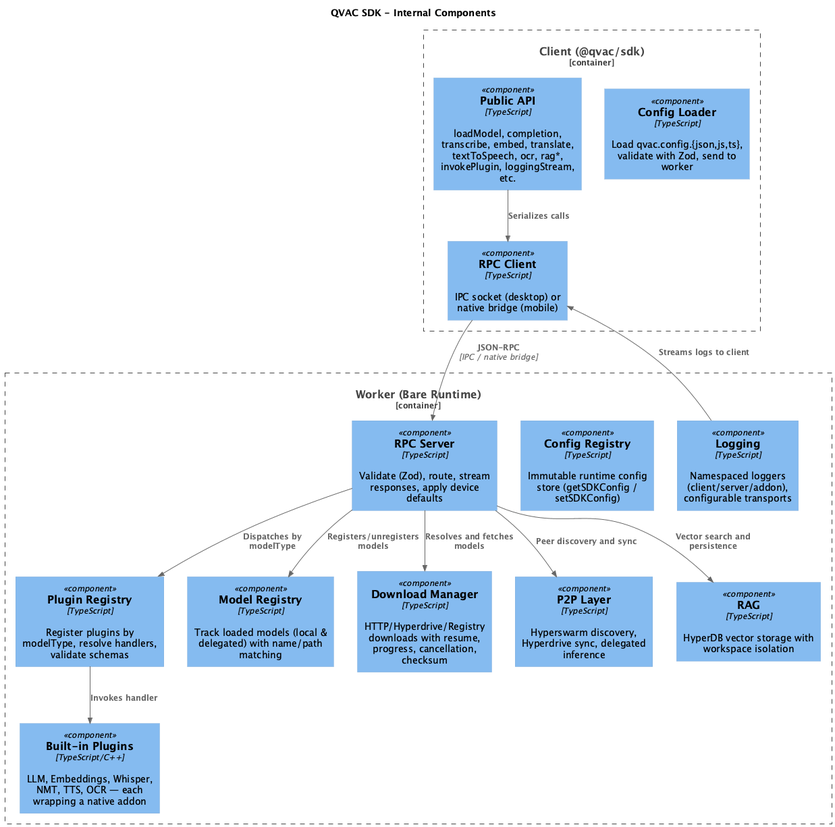
Above: docs/architecture/puml/images/03-component-overview.png in Zbig9000/qvac (PlantUML), before the change. Its diagram source:
```plantuml
@startuml
!include <C4/C4_Component>

title QVAC SDK - Internal Components

Container_Boundary(client_side, "Client (@qvac/sdk)") {
    Component(api, "Public API", "TypeScript", "loadModel, completion, transcribe, embed, translate, textToSpeech, ocr, rag*, invokePlugin, loggingStream, etc.")
    Component(rpc_client, "RPC Client", "TypeScript", "IPC socket (desktop) or native bridge (mobile)")
    Component(config, "Config Loader", "TypeScript", "Load qvac.config.{json,js,ts}, validate with Zod, send to worker")
}

Container_Boundary(worker_side, "Worker (Bare Runtime)") {
    Component(rpc_server, "RPC Server", "TypeScript", "Validate (Zod), route, stream responses, apply device defaults")
    Component(plugin_registry, "Plugin Registry", "TypeScript", "Register plugins by modelType, resolve handlers, validate schemas")
    Component(model_registry, "Model Registry", "TypeScript", "Track loaded models (local & delegated) with name/path matching")
    Component(config_registry, "Config Registry", "TypeScript", "Immutable runtime config store (getSDKConfig / setSDKConfig)")
    Component(download, "Download Manager", "TypeScript", "HTTP/Hyperdrive/Registry downloads with resume, progress, cancellation, checksum")
    Component(p2p, "P2P Layer", "TypeScript", "Hyperswarm discovery, Hyperdrive sync, delegated inference")
    Component(rag, "RAG", "TypeScript", "HyperDB vector storage with workspace isolation")
    Component(plugins, "Built-in Plugins", "TypeScript/C++", "LLM, Embeddings, Whisper, NMT, TTS, OCR — each wrapping a native addon")
    Component(logging, "Logging", "TypeScript", "Namespaced loggers (client/server/addon), configurable transports")
}

Rel_D(api, rpc_client, "Serializes calls")
Rel_D(rpc_client, rpc_server, "JSON-RPC", "IPC / native bridge")
Rel_D(rpc_server, plugin_registry, "Dispatches by modelType")
Rel_D(plugin_registry, plugins, "Invokes handler")
Rel_D(rpc_server, model_registry, "Registers/unregisters models")
Rel_D(rpc_server, download, "Resolves and fetches models")
Rel_D(rpc_server, p2p, "Peer discovery and sync")
Rel_D(rpc_server, rag, "Vector search and persistence")
Rel_U(logging, rpc_client, "Streams logs to client")

@enduml
```
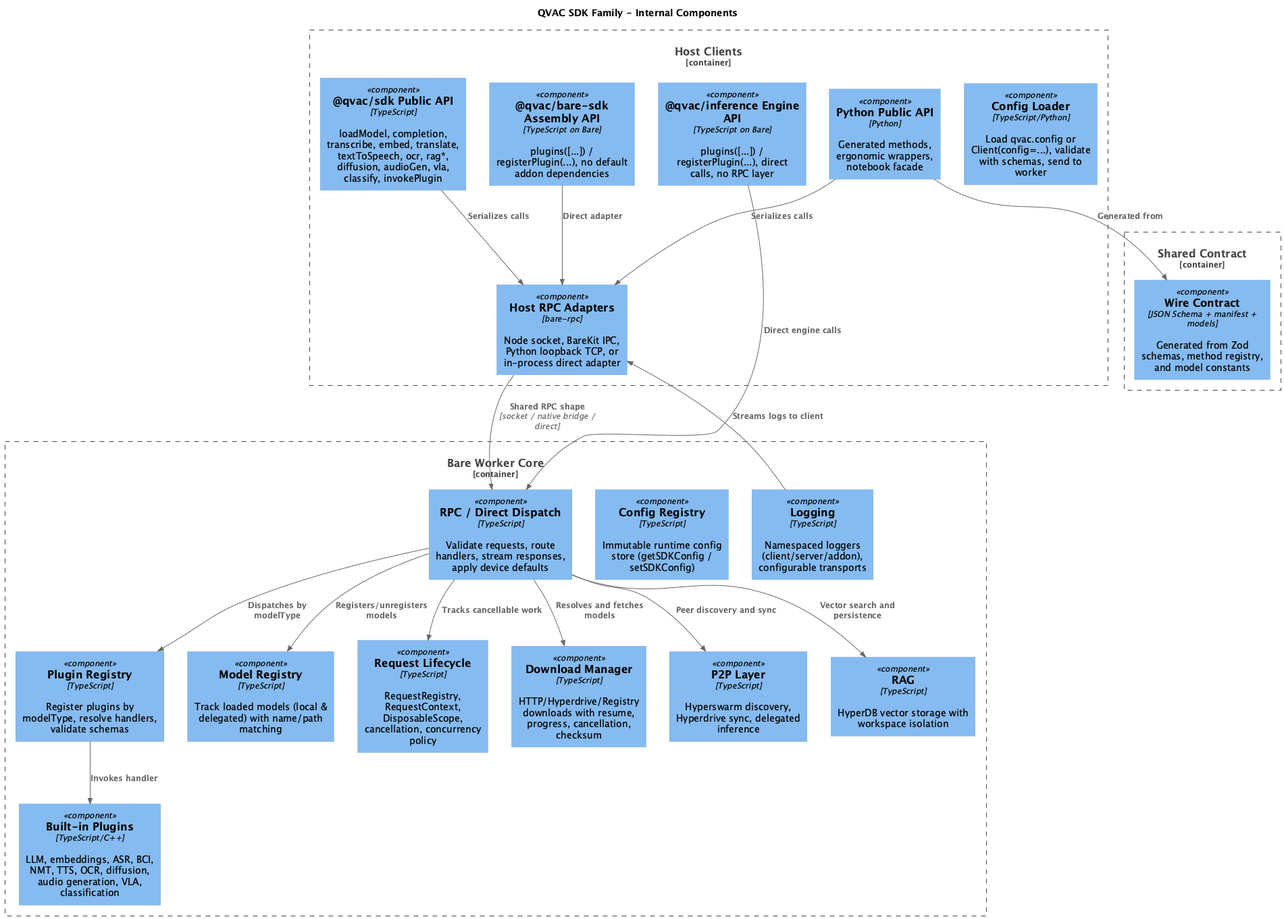
After the commit.

The edit, as a diff of the source:
```diff
@@ -1,31 +1,44 @@
 @startuml
 !include <C4/C4_Component>
 
-title QVAC SDK - Internal Components
+title QVAC SDK Family - Internal Components
 
-Container_Boundary(client_side, "Client (@qvac/sdk)") {
-    Component(api, "Public API", "TypeScript", "loadModel, completion, transcribe, embed, translate, textToSpeech, ocr, rag*, invokePlugin, loggingStream, etc.")
-    Component(rpc_client, "RPC Client", "TypeScript", "IPC socket (desktop) or native bridge (mobile)")
-    Component(config, "Config Loader", "TypeScript", "Load qvac.config.{json,js,ts}, validate with Zod, send to worker")
+Container_Boundary(host_side, "Host Clients") {
+    Component(api, "@qvac/sdk Public API", "TypeScript", "loadModel, completion, transcribe, embed, translate, textToSpeech, ocr, rag*, diffusion, audioGen, vla, classify, invokePlugin")
+    Component(bare_api, "@qvac/bare-sdk Assembly API", "TypeScript on Bare", "plugins([...]) / registerPlugin(...), no default addon dependencies")
+    Component(inference_api, "@qvac/inference Engine API", "TypeScript on Bare", "plugins([...]) / registerPlugin(...), direct calls, no RPC layer")
+    Component(py_api, "Python Public API", "Python", "Generated methods, ergonomic wrappers, notebook facade")
+    Component(config, "Config Loader", "TypeScript/Python", "Load qvac.config or Client(config=...), validate with schemas, send to worker")
+    Component(rpc_client, "Host RPC Adapters", "bare-rpc", "Node socket, BareKit IPC, Python loopback TCP, or in-process direct adapter")
 }
 
-Container_Boundary(worker_side, "Worker (Bare Runtime)") {
-    Component(rpc_server, "RPC Server", "TypeScript", "Validate (Zod), route, stream responses, apply device defaults")
+Container_Boundary(contract_side, "Shared Contract") {
+    Component(contract, "Wire Contract", "JSON Schema + manifest + models", "Generated from Zod schemas, method registry, and model constants")
+}
+
+Container_Boundary(worker_side, "Bare Worker Core") {
+    Component(rpc_server, "RPC / Direct Dispatch", "TypeScript", "Validate requests, route handlers, stream responses, apply device defaults")
     Component(plugin_registry, "Plugin Registry", "TypeScript", "Register plugins by modelType, resolve handlers, validate schemas")
     Component(model_registry, "Model Registry", "TypeScript", "Track loaded models (local & delegated) with name/path matching")
     Component(config_registry, "Config Registry", "TypeScript", "Immutable runtime config store (getSDKConfig / setSDKConfig)")
+    Component(requests, "Request Lifecycle", "TypeScript", "RequestRegistry, RequestContext, DisposableScope, cancellation, concurrency policy")
     Component(download, "Download Manager", "TypeScript", "HTTP/Hyperdrive/Registry downloads with resume, progress, cancellation, checksum")
     Component(p2p, "P2P Layer", "TypeScript", "Hyperswarm discovery, Hyperdrive sync, delegated inference")
     Component(rag, "RAG", "TypeScript", "HyperDB vector storage with workspace isolation")
-    Component(plugins, "Built-in Plugins", "TypeScript/C++", "LLM, Embeddings, Whisper, NMT, TTS, OCR — each wrapping a native addon")
+    Component(plugins, "Built-in Plugins", "TypeScript/C++", "LLM, embeddings, ASR, BCI, NMT, TTS, OCR, diffusion, audio generation, VLA, classification")
     Component(logging, "Logging", "TypeScript", "Namespaced loggers (client/server/addon), configurable transports")
 }
 
 Rel_D(api, rpc_client, "Serializes calls")
-Rel_D(rpc_client, rpc_server, "JSON-RPC", "IPC / native bridge")
+Rel_D(bare_api, rpc_client, "Direct adapter")
+Rel_D(inference_api, rpc_server, "Direct engine calls")
+Rel_D(py_api, rpc_client, "Serializes calls")
+Rel_D(py_api, contract, "Generated from")
+Rel_D(rpc_client, rpc_server, "Shared RPC shape", "socket / native bridge / direct")
 Rel_D(rpc_server, plugin_registry, "Dispatches by modelType")
 Rel_D(plugin_registry, plugins, "Invokes handler")
 Rel_D(rpc_server, model_registry, "Registers/unregisters models")
+Rel_D(rpc_server, requests, "Tracks cancellable work")
 Rel_D(rpc_server, download, "Resolves and fetches models")
 Rel_D(rpc_server, p2p, "Peer discovery and sync")
 Rel_D(rpc_server, rag, "Vector search and persistence")
```
